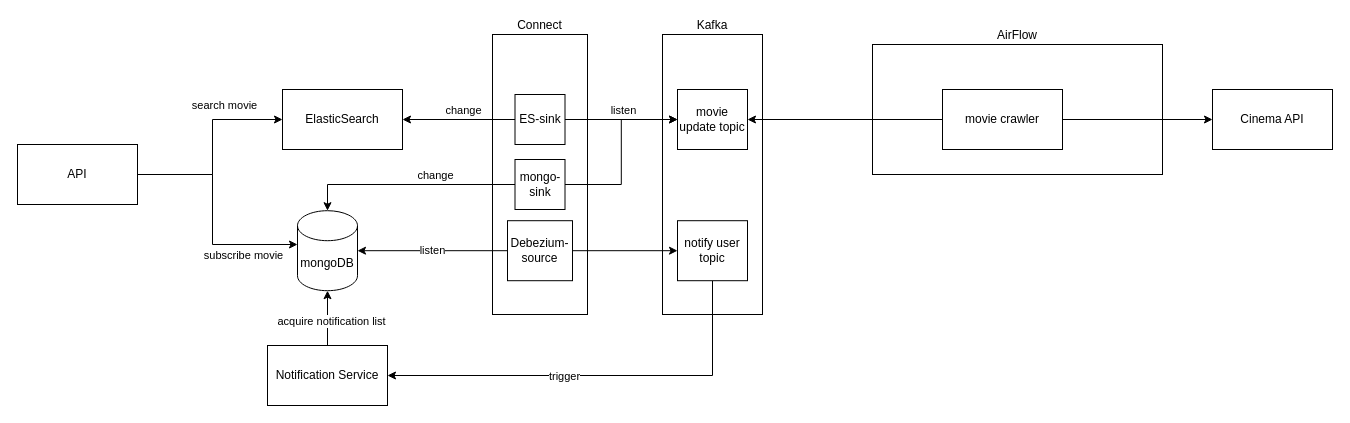
Above: graph/arch.drawio in harrison-yck/data-engineering (draw.io), before the change. Source tidied: cells renumbered, new cells numbered last; positions are measured from the earlier drawing's top-left corner, leaving out a move shared by most shapes. Both pictures are drawn from the tidied source at 100%, with x=0, y=0 at pixel (17, 34).
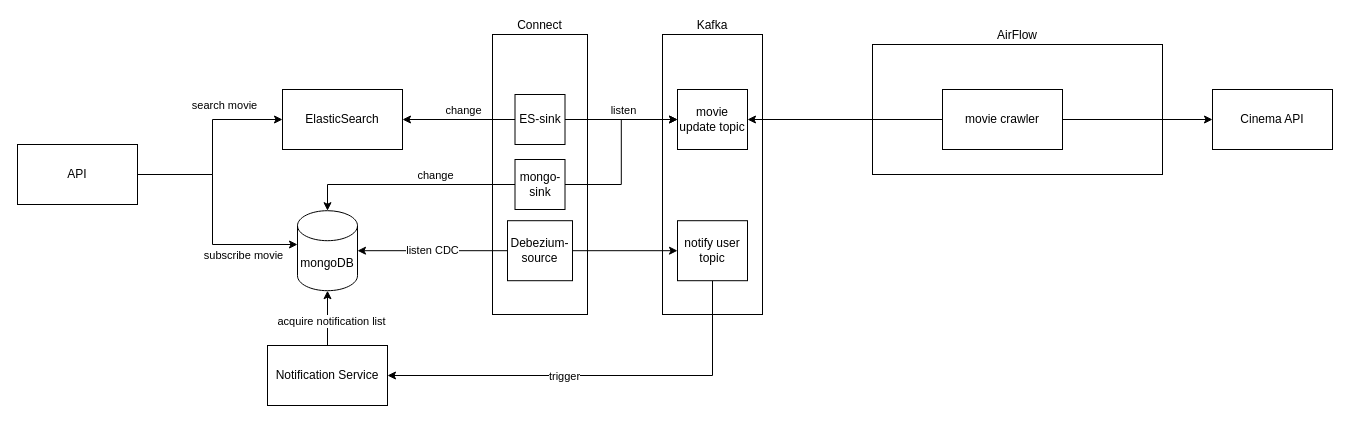
Above is the later version.

Unchanged cells that the change refers to:
```xml
<mxCell id="28" value="mongoDB" style="shape=cylinder3;whiteSpace=wrap;html=1;boundedLbl=1;backgroundOutline=1;size=15;" parent="1" vertex="1">
  <mxGeometry x="280" y="176.2" width="60" height="80" as="geometry" />
</mxCell>
<mxCell id="31" value="Debezium-source" style="rounded=0;whiteSpace=wrap;html=1;" parent="1" vertex="1">
  <mxGeometry x="490" y="186.2" width="65" height="60" as="geometry" />
</mxCell>
```

The edit, as a diff of the source:
```diff
@@
-    <mxCell id="30" value="listen" style="edgeStyle=orthogonalEdgeStyle;rounded=0;jettySize=auto;html=1;" parent="1" edge="1" source="31" target="28">
+    <mxCell id="30" value="listen CDC" style="edgeStyle=orthogonalEdgeStyle;rounded=0;jettySize=auto;html=1;" parent="1" edge="1" source="31" target="28">
       <mxGeometry relative="1" as="geometry" />
     </mxCell>
```
